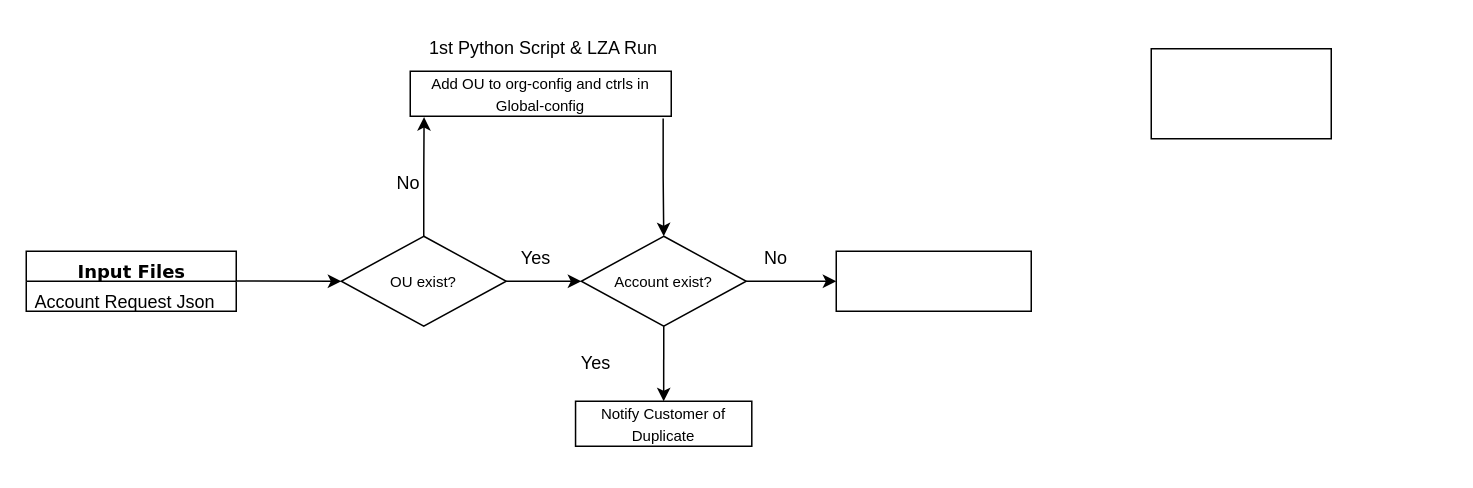
mohaider-LG/Draw_io keeps this draw.io diagram as AWSLZA 14.10.14/Untitled Diagram.drawio. Above is the earlier version. Source tidied: cells renumbered, new cells numbered last; positions are measured from the earlier drawing's top-left corner, leaving out a move shared by most shapes. Both pictures are drawn from the tidied source at 150%, with x=0, y=0 at pixel (26, 26).
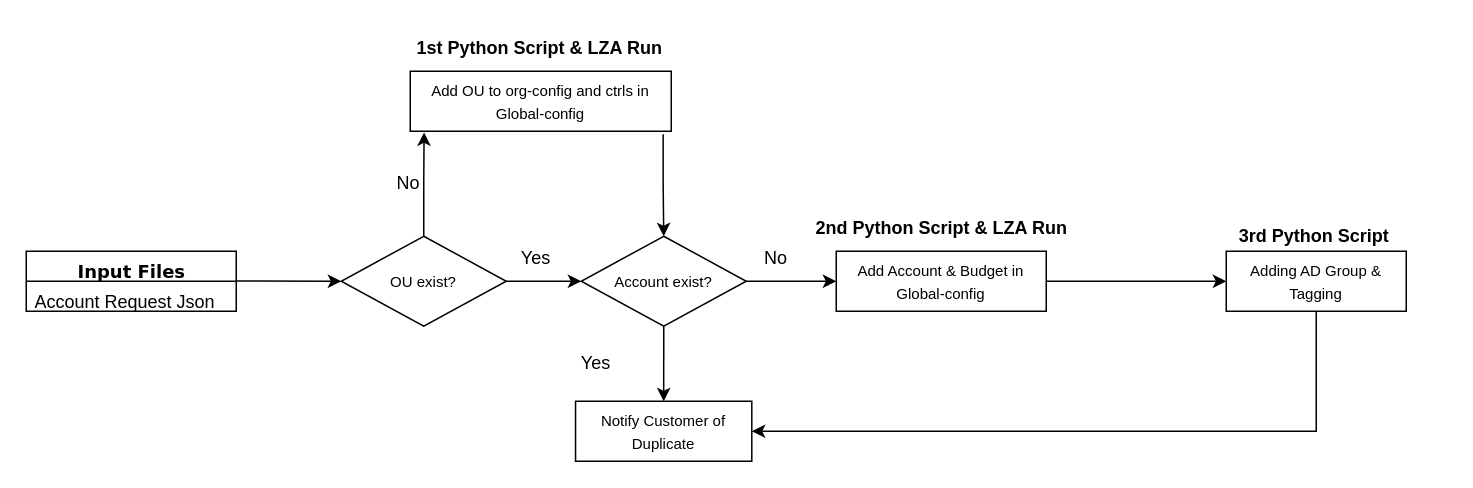
Above is the later version.

Commit message (it also covers changes not shown here):
AWS_Auto

Change to the diagram source:
```diff
@@
     <mxCell id="7" value="&lt;font style=&quot;font-size: 10px;&quot;&gt;Add OU to org-config and ctrls in Global-config&lt;/font&gt;" style="whiteSpace=wrap;html=1;" parent="1" vertex="1">
-      <mxGeometry x="256" y="30" width="174" height="30" as="geometry" />
+      <mxGeometry x="256" y="30" width="174" height="40" as="geometry" />
     </mxCell>
     <mxCell id="8" value="&lt;font style=&quot;font-size: 10px;&quot;&gt;Notify Customer of Duplicate&lt;/font&gt;" style="whiteSpace=wrap;html=1;" parent="1" vertex="1">
-      <mxGeometry x="366.2" y="250" width="117.5" height="30" as="geometry" />
+      <mxGeometry x="366.2" y="250" width="117.5" height="40" as="geometry" />
     </mxCell>
+    <mxCell id="21" style="edgeStyle=orthogonalEdgeStyle;rounded=0;jettySize=auto;html=1;entryX=0;entryY=0.5;entryDx=0;entryDy=0;" parent="1" edge="1" source="9" target="10">
+      <mxGeometry relative="1" as="geometry" />
+    </mxCell>
-    <mxCell id="9" style="whiteSpace=wrap;html=1;" parent="1" vertex="1">
-      <mxGeometry x="540" y="150" width="130" height="40" as="geometry" />
+    <mxCell id="9" value="&lt;font style=&quot;font-size: 10px;&quot;&gt;Add Account &amp;amp; Budget in Global-config&lt;/font&gt;" style="whiteSpace=wrap;html=1;" parent="1" vertex="1">
+      <mxGeometry x="540" y="150" width="140" height="40" as="geometry" />
     </mxCell>
+    <mxCell id="22" style="edgeStyle=orthogonalEdgeStyle;rounded=0;jettySize=auto;html=1;entryX=1;entryY=0.5;entryDx=0;entryDy=0;" parent="1" edge="1" source="10" target="8">
+      <mxGeometry relative="1" as="geometry">
+        <Array as="points">
+          <mxPoint x="860" y="270" />
+          <mxPoint x="484" y="270" />
+        </Array>
+      </mxGeometry>
+    </mxCell>
-    <mxCell id="10" style="whiteSpace=wrap;html=1;" parent="1" vertex="1">
-      <mxGeometry x="750" y="15" width="120" height="60" as="geometry" />
+    <mxCell id="10" value="&lt;font style=&quot;font-size: 10px;&quot;&gt;Adding AD Group &amp;amp; Tagging&lt;/font&gt;" style="whiteSpace=wrap;html=1;" parent="1" vertex="1">
+      <mxGeometry x="800" y="150" width="120" height="40" as="geometry" />
     </mxCell>
@@
-    <mxCell id="12" value="1st Python Script &amp;amp; LZA Run" style="text;strokeColor=none;align=center;fillColor=none;html=1;verticalAlign=middle;whiteSpace=wrap;rounded=0;" parent="1" vertex="1">
-      <mxGeometry x="265" width="160" height="30" as="geometry" />
+    <mxCell id="12" value="&lt;b&gt;1st Python Script &amp;amp; LZA Run&lt;/b&gt;" style="text;strokeColor=none;align=center;fillColor=none;html=1;verticalAlign=middle;whiteSpace=wrap;rounded=0;" parent="1" vertex="1">
+      <mxGeometry x="255" width="175" height="30" as="geometry" />
     </mxCell>
@@
+    <mxCell id="23" value="&lt;b&gt;2nd Python Script &amp;amp; LZA Run&lt;/b&gt;" style="text;strokeColor=none;align=center;fillColor=none;html=1;verticalAlign=middle;whiteSpace=wrap;rounded=0;" parent="1" vertex="1">
+      <mxGeometry x="522.5" y="120" width="175" height="30" as="geometry" />
+    </mxCell>
+    <mxCell id="24" value="&lt;b&gt;3rd Python Script&amp;nbsp;&lt;/b&gt;" style="text;strokeColor=none;align=center;fillColor=none;html=1;verticalAlign=middle;whiteSpace=wrap;rounded=0;" parent="1" vertex="1">
+      <mxGeometry x="772.5" y="130" width="175" height="20" as="geometry" />
+    </mxCell>
```
